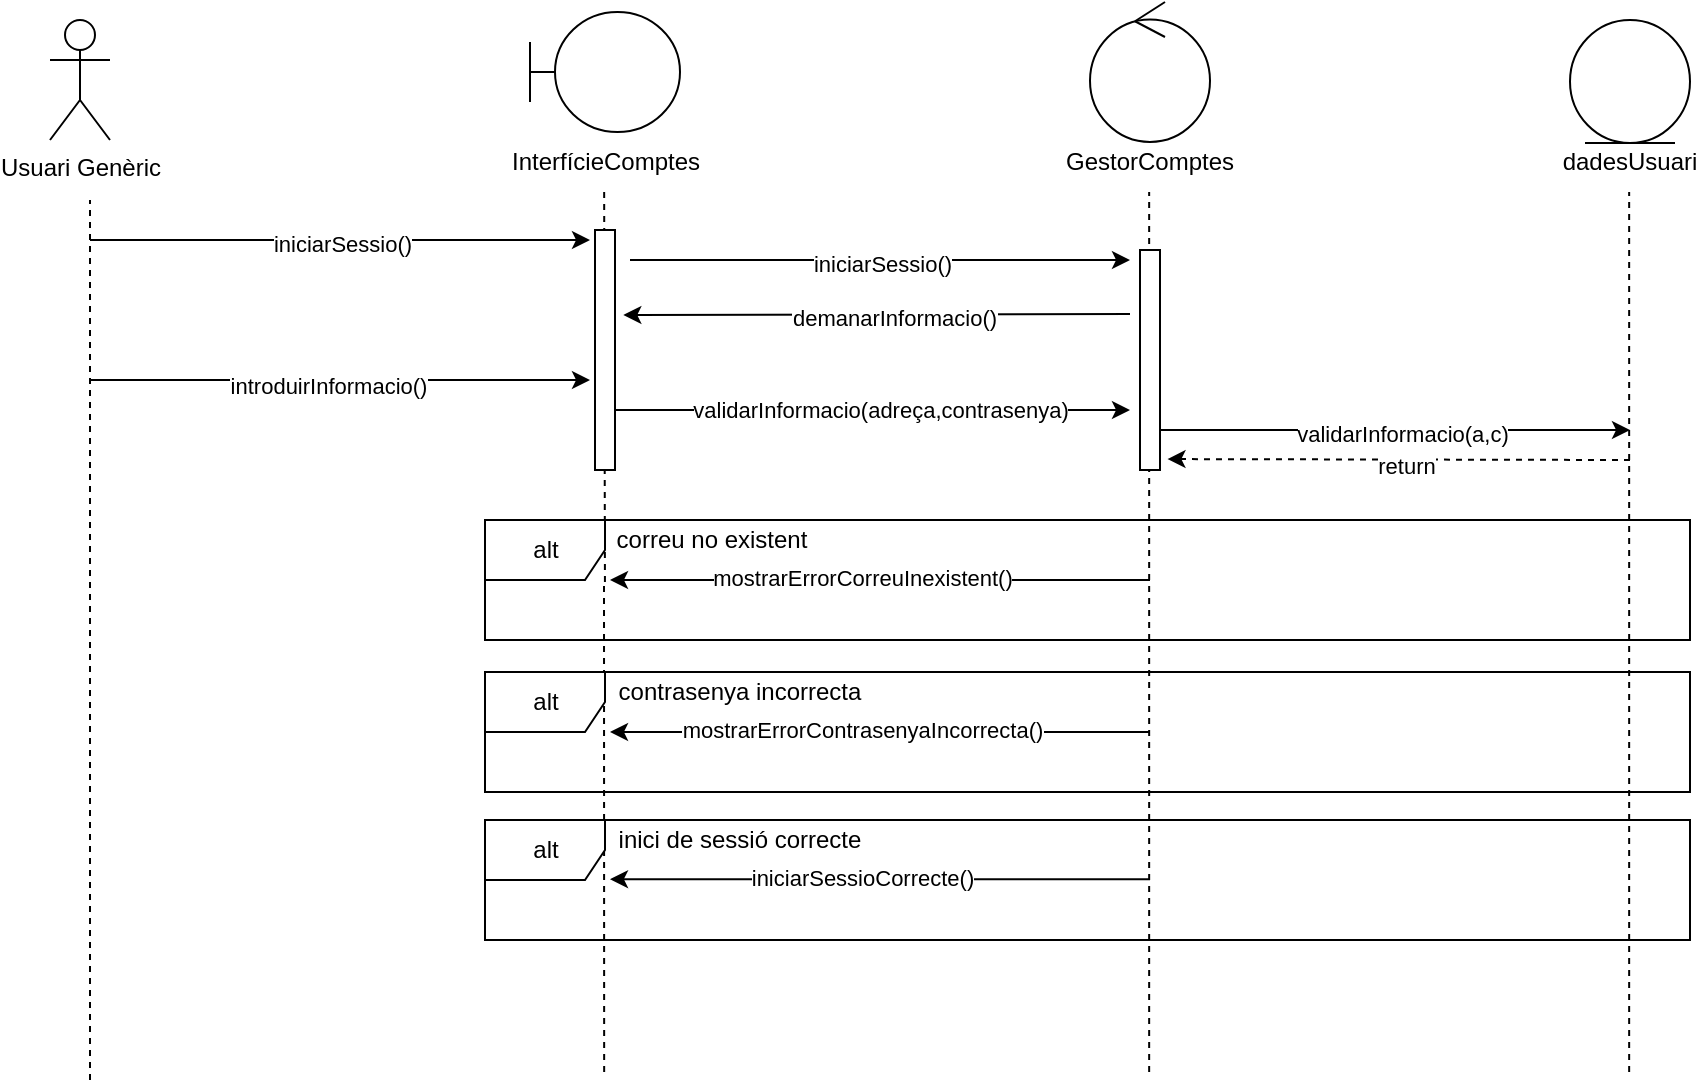
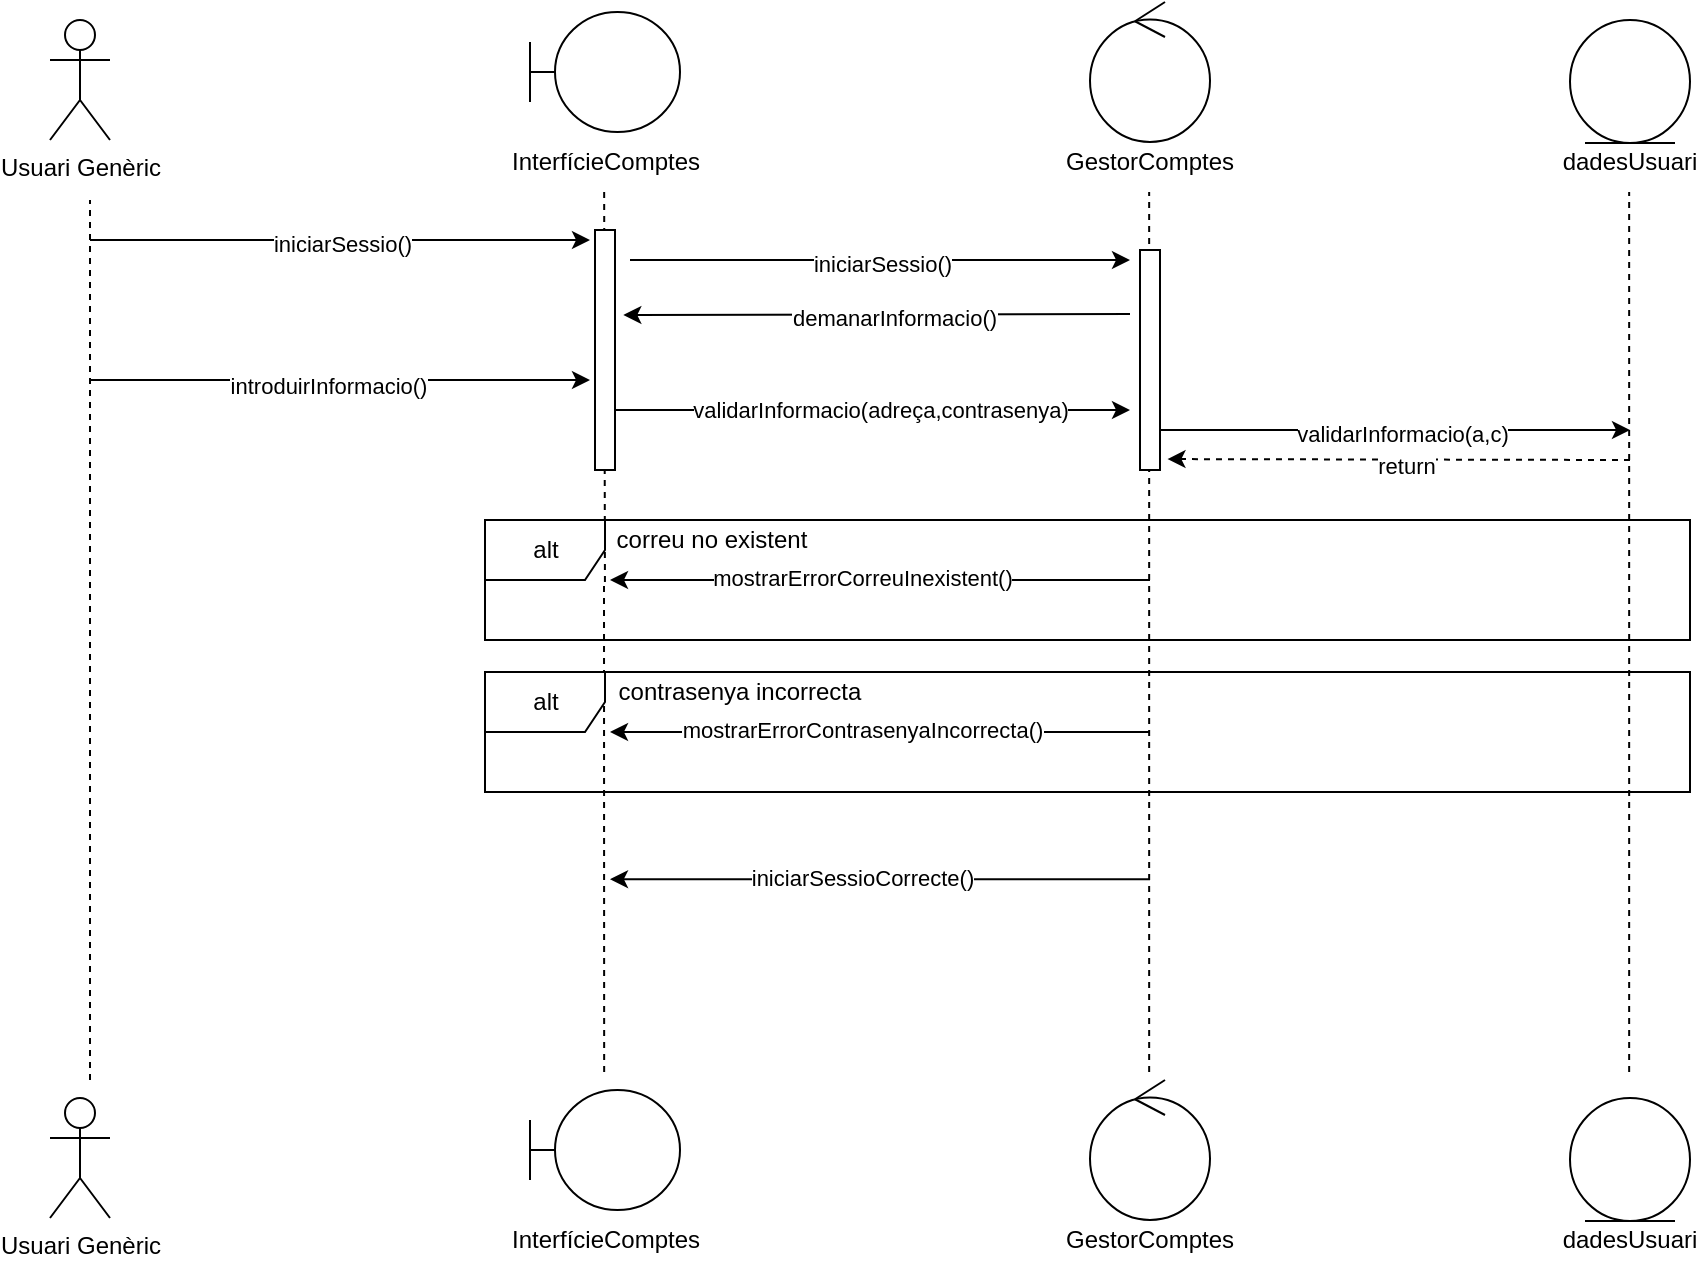
<mxfile host="Electron">
  <diagram name="Pàgina-1" id="qvVAie-Hl5Rr7k6o38sZ">
-     <mxGraphModel dx="1178" dy="735" grid="1" gridSize="10" guides="1" tooltips="1" connect="1" arrows="1" fold="1" page="1" pageScale="1" pageWidth="1169" pageHeight="827" math="0" shadow="0">
+     <mxGraphModel dx="1414" dy="882" grid="1" gridSize="10" guides="1" tooltips="1" connect="1" arrows="1" fold="1" page="1" pageScale="1" pageWidth="1169" pageHeight="827" math="0" shadow="0">
      <root>
        <mxCell id="0" />
        <mxCell id="1" parent="0" />
        <mxCell id="b8Wn0gmdy3Yzb2cbIPzx-2" parent="1" style="shape=umlActor;verticalLabelPosition=bottom;verticalAlign=top;html=1;outlineConnect=0;" value="Usuari Genèric" vertex="1">
-           <mxGeometry height="60" width="30" x="110" y="60" as="geometry" />
+           <mxGeometry height="60" width="30" x="170" y="106" as="geometry" />
        </mxCell>
        <mxCell id="b8Wn0gmdy3Yzb2cbIPzx-11" connectable="0" parent="1" style="group" value="" vertex="1">
-           <mxGeometry height="90" width="75" x="350" y="56" as="geometry" />
+           <mxGeometry height="90" width="75" x="410" y="102" as="geometry" />
        </mxCell>
        <mxCell id="b8Wn0gmdy3Yzb2cbIPzx-6" parent="b8Wn0gmdy3Yzb2cbIPzx-11" style="shape=umlBoundary;whiteSpace=wrap;html=1;" value="" vertex="1">
          <mxGeometry height="60" width="75" as="geometry" />
        </mxCell>
        <mxCell id="b8Wn0gmdy3Yzb2cbIPzx-9" parent="b8Wn0gmdy3Yzb2cbIPzx-11" style="text;html=1;whiteSpace=wrap;strokeColor=none;fillColor=none;align=center;verticalAlign=middle;rounded=0;" value="InterfícieComptes" vertex="1">
          <mxGeometry height="30" width="60" x="7.5" y="60" as="geometry" />
        </mxCell>
        <mxCell id="b8Wn0gmdy3Yzb2cbIPzx-14" connectable="0" parent="1" style="group" value="" vertex="1">
-           <mxGeometry height="95" width="60" x="630" y="51" as="geometry" />
+           <mxGeometry height="95" width="60" x="690" y="97" as="geometry" />
        </mxCell>
        <mxCell id="b8Wn0gmdy3Yzb2cbIPzx-12" parent="b8Wn0gmdy3Yzb2cbIPzx-14" style="ellipse;shape=umlControl;whiteSpace=wrap;html=1;" value="" vertex="1">
          <mxGeometry height="70" width="60" as="geometry" />
        </mxCell>
        <mxCell id="b8Wn0gmdy3Yzb2cbIPzx-13" parent="b8Wn0gmdy3Yzb2cbIPzx-14" style="text;html=1;whiteSpace=wrap;strokeColor=none;fillColor=none;align=center;verticalAlign=middle;rounded=0;" value="GestorComptes" vertex="1">
          <mxGeometry height="30" width="60" y="65" as="geometry" />
        </mxCell>
        <mxCell id="b8Wn0gmdy3Yzb2cbIPzx-15" edge="1" parent="1" style="endArrow=none;dashed=1;html=1;rounded=0;" value="">
          <mxGeometry height="50" relative="1" width="50" as="geometry">
-             <mxPoint x="130" y="590" as="sourcePoint" />
-             <mxPoint x="130" y="150" as="targetPoint" />
+             <mxPoint x="190" y="636" as="sourcePoint" />
+             <mxPoint x="190" y="196" as="targetPoint" />
          </mxGeometry>
        </mxCell>
        <mxCell id="b8Wn0gmdy3Yzb2cbIPzx-16" edge="1" parent="1" style="endArrow=none;dashed=1;html=1;rounded=0;" value="">
          <mxGeometry height="50" relative="1" width="50" as="geometry">
-             <mxPoint x="387.46769230769223" y="341" as="sourcePoint" />
-             <mxPoint x="387.08000000000004" y="146" as="targetPoint" />
+             <mxPoint x="447.46769230769223" y="387" as="sourcePoint" />
+             <mxPoint x="447.08000000000004" y="192" as="targetPoint" />
          </mxGeometry>
        </mxCell>
        <mxCell id="b8Wn0gmdy3Yzb2cbIPzx-17" edge="1" parent="1" style="endArrow=none;dashed=1;html=1;rounded=0;" value="">
          <mxGeometry height="50" relative="1" width="50" as="geometry">
-             <mxPoint x="659.58" y="586" as="sourcePoint" />
-             <mxPoint x="659.58" y="146" as="targetPoint" />
+             <mxPoint x="719.58" y="632" as="sourcePoint" />
+             <mxPoint x="719.58" y="192" as="targetPoint" />
          </mxGeometry>
        </mxCell>
        <mxCell id="b8Wn0gmdy3Yzb2cbIPzx-41" edge="1" parent="1" style="endArrow=none;dashed=1;html=1;rounded=0;" value="">
          <mxGeometry height="50" relative="1" width="50" as="geometry">
-             <mxPoint x="387.08000000000004" y="586" as="sourcePoint" />
-             <mxPoint x="387" y="340" as="targetPoint" />
+             <mxPoint x="447.08000000000004" y="632" as="sourcePoint" />
+             <mxPoint x="447" y="386" as="targetPoint" />
          </mxGeometry>
        </mxCell>
        <mxCell id="b8Wn0gmdy3Yzb2cbIPzx-43" parent="1" style="shape=umlFrame;whiteSpace=wrap;html=1;pointerEvents=0;" value="alt" vertex="1">
-           <mxGeometry height="60" width="602.5" x="327.5" y="310" as="geometry" />
+           <mxGeometry height="60" width="602.5" x="387.5" y="356" as="geometry" />
        </mxCell>
        <mxCell id="b8Wn0gmdy3Yzb2cbIPzx-45" parent="1" style="text;html=1;whiteSpace=wrap;strokeColor=none;fillColor=none;align=center;verticalAlign=middle;rounded=0;" value="correu no existent" vertex="1">
-           <mxGeometry height="30" width="150" x="366" y="305" as="geometry" />
+           <mxGeometry height="30" width="150" x="426" y="351" as="geometry" />
        </mxCell>
        <mxCell id="b8Wn0gmdy3Yzb2cbIPzx-46" parent="1" style="text;html=1;whiteSpace=wrap;strokeColor=none;fillColor=none;align=center;verticalAlign=middle;rounded=0;" value="dadesUsuari" vertex="1">
-           <mxGeometry height="30" width="60" x="870" y="116" as="geometry" />
+           <mxGeometry height="30" width="60" x="930" y="162" as="geometry" />
        </mxCell>
        <mxCell id="b8Wn0gmdy3Yzb2cbIPzx-47" parent="1" style="ellipse;shape=umlEntity;whiteSpace=wrap;html=1;" value="" vertex="1">
-           <mxGeometry height="61.5" width="60" x="870" y="60" as="geometry" />
+           <mxGeometry height="61.5" width="60" x="930" y="106" as="geometry" />
        </mxCell>
        <mxCell id="b8Wn0gmdy3Yzb2cbIPzx-48" edge="1" parent="1" style="endArrow=none;dashed=1;html=1;rounded=0;" value="">
          <mxGeometry height="50" relative="1" width="50" as="geometry">
-             <mxPoint x="899.5799999999999" y="586" as="sourcePoint" />
-             <mxPoint x="899.5799999999999" y="146" as="targetPoint" />
+             <mxPoint x="959.5799999999999" y="632" as="sourcePoint" />
+             <mxPoint x="959.5799999999999" y="192" as="targetPoint" />
          </mxGeometry>
        </mxCell>
        <mxCell id="b8Wn0gmdy3Yzb2cbIPzx-68" edge="1" parent="1" style="endArrow=classic;html=1;rounded=0;" value="">
          <mxGeometry height="50" relative="1" width="50" as="geometry">
-             <mxPoint x="130" y="170" as="sourcePoint" />
-             <mxPoint x="380" y="170" as="targetPoint" />
+             <mxPoint x="190" y="216" as="sourcePoint" />
+             <mxPoint x="440" y="216" as="targetPoint" />
          </mxGeometry>
        </mxCell>
        <mxCell id="b8Wn0gmdy3Yzb2cbIPzx-70" connectable="0" parent="b8Wn0gmdy3Yzb2cbIPzx-68" style="edgeLabel;html=1;align=center;verticalAlign=middle;resizable=0;points=[];" value="iniciarSessio()" vertex="1">
          <mxGeometry relative="1" x="0.0093" y="-2" as="geometry">
            <mxPoint as="offset" />
          </mxGeometry>
        </mxCell>
        <mxCell id="b8Wn0gmdy3Yzb2cbIPzx-69" parent="1" style="rounded=0;whiteSpace=wrap;html=1;rotation=-90;" value="" vertex="1">
-           <mxGeometry height="10" width="120" x="327.5" y="220" as="geometry" />
+           <mxGeometry height="10" width="120" x="387.5" y="266" as="geometry" />
        </mxCell>
        <mxCell id="b8Wn0gmdy3Yzb2cbIPzx-71" edge="1" parent="1" style="endArrow=classic;html=1;rounded=0;" value="">
          <mxGeometry height="50" relative="1" width="50" as="geometry">
-             <mxPoint x="400" y="180" as="sourcePoint" />
-             <mxPoint x="650" y="180" as="targetPoint" />
+             <mxPoint x="460" y="226" as="sourcePoint" />
+             <mxPoint x="710" y="226" as="targetPoint" />
          </mxGeometry>
        </mxCell>
        <mxCell id="b8Wn0gmdy3Yzb2cbIPzx-72" connectable="0" parent="b8Wn0gmdy3Yzb2cbIPzx-71" style="edgeLabel;html=1;align=center;verticalAlign=middle;resizable=0;points=[];" value="iniciarSessio()" vertex="1">
          <mxGeometry relative="1" x="0.0093" y="-2" as="geometry">
            <mxPoint as="offset" />
          </mxGeometry>
        </mxCell>
        <mxCell id="b8Wn0gmdy3Yzb2cbIPzx-73" parent="1" style="rounded=0;whiteSpace=wrap;html=1;rotation=-90;" value="" vertex="1">
-           <mxGeometry height="10" width="110" x="605" y="225" as="geometry" />
+           <mxGeometry height="10" width="110" x="665" y="271" as="geometry" />
        </mxCell>
        <mxCell id="b8Wn0gmdy3Yzb2cbIPzx-74" edge="1" parent="1" style="endArrow=classic;html=1;rounded=0;entryX=0.646;entryY=1.416;entryDx=0;entryDy=0;entryPerimeter=0;" target="b8Wn0gmdy3Yzb2cbIPzx-69" value="">
          <mxGeometry height="50" relative="1" width="50" as="geometry">
-             <mxPoint x="650" y="207" as="sourcePoint" />
-             <mxPoint x="610" y="390" as="targetPoint" />
+             <mxPoint x="710" y="253" as="sourcePoint" />
+             <mxPoint x="670" y="436" as="targetPoint" />
          </mxGeometry>
        </mxCell>
        <mxCell id="b8Wn0gmdy3Yzb2cbIPzx-75" connectable="0" parent="b8Wn0gmdy3Yzb2cbIPzx-74" style="edgeLabel;html=1;align=center;verticalAlign=middle;resizable=0;points=[];" value="demanarInformacio()" vertex="1">
          <mxGeometry relative="1" x="-0.0684" y="2" as="geometry">
            <mxPoint as="offset" />
          </mxGeometry>
        </mxCell>
        <mxCell id="b8Wn0gmdy3Yzb2cbIPzx-76" edge="1" parent="1" style="endArrow=classic;html=1;rounded=0;" value="">
          <mxGeometry height="50" relative="1" width="50" as="geometry">
-             <mxPoint x="130" y="240" as="sourcePoint" />
-             <mxPoint x="380" y="240" as="targetPoint" />
+             <mxPoint x="190" y="286" as="sourcePoint" />
+             <mxPoint x="440" y="286" as="targetPoint" />
          </mxGeometry>
        </mxCell>
        <mxCell id="b8Wn0gmdy3Yzb2cbIPzx-77" connectable="0" parent="b8Wn0gmdy3Yzb2cbIPzx-76" style="edgeLabel;html=1;align=center;verticalAlign=middle;resizable=0;points=[];" value="introduirInformacio()" vertex="1">
          <mxGeometry relative="1" x="-0.0507" y="-3" as="geometry">
            <mxPoint as="offset" />
          </mxGeometry>
        </mxCell>
        <mxCell id="b8Wn0gmdy3Yzb2cbIPzx-78" edge="1" parent="1" source="b8Wn0gmdy3Yzb2cbIPzx-69" style="endArrow=classic;html=1;rounded=0;exitX=0.25;exitY=1;exitDx=0;exitDy=0;" value="">
          <mxGeometry height="50" relative="1" width="50" as="geometry">
-             <mxPoint x="447.5" y="290" as="sourcePoint" />
-             <mxPoint x="650" y="255" as="targetPoint" />
+             <mxPoint x="507.5" y="336" as="sourcePoint" />
+             <mxPoint x="710" y="301" as="targetPoint" />
          </mxGeometry>
        </mxCell>
        <mxCell id="b8Wn0gmdy3Yzb2cbIPzx-79" connectable="0" parent="b8Wn0gmdy3Yzb2cbIPzx-78" style="edgeLabel;html=1;align=center;verticalAlign=middle;resizable=0;points=[];" value="validarInformacio(adreça,contrasenya)" vertex="1">
          <mxGeometry relative="1" x="0.0252" as="geometry">
            <mxPoint as="offset" />
          </mxGeometry>
        </mxCell>
        <mxCell id="b8Wn0gmdy3Yzb2cbIPzx-82" edge="1" parent="1" style="endArrow=classic;html=1;rounded=0;" value="">
          <mxGeometry height="50" relative="1" width="50" as="geometry">
-             <mxPoint x="665" y="265" as="sourcePoint" />
-             <mxPoint x="900" y="265" as="targetPoint" />
+             <mxPoint x="725" y="311" as="sourcePoint" />
+             <mxPoint x="960" y="311" as="targetPoint" />
          </mxGeometry>
        </mxCell>
        <mxCell id="b8Wn0gmdy3Yzb2cbIPzx-83" connectable="0" parent="b8Wn0gmdy3Yzb2cbIPzx-82" style="edgeLabel;html=1;align=center;verticalAlign=middle;resizable=0;points=[];" value="validarInformacio(a,c)" vertex="1">
          <mxGeometry relative="1" x="0.0241" y="-2" as="geometry">
            <mxPoint as="offset" />
          </mxGeometry>
        </mxCell>
        <mxCell id="b8Wn0gmdy3Yzb2cbIPzx-84" edge="1" parent="1" style="endArrow=classic;html=1;rounded=0;dashed=1;entryX=0.077;entryY=1.374;entryDx=0;entryDy=0;entryPerimeter=0;" value="">
          <mxGeometry height="50" relative="1" width="50" as="geometry">
-             <mxPoint x="900" y="280" as="sourcePoint" />
-             <mxPoint x="668.7399999999998" y="279.52999999999986" as="targetPoint" />
+             <mxPoint x="960" y="326" as="sourcePoint" />
+             <mxPoint x="728.7399999999998" y="325.52999999999986" as="targetPoint" />
          </mxGeometry>
        </mxCell>
        <mxCell id="b8Wn0gmdy3Yzb2cbIPzx-85" connectable="0" parent="b8Wn0gmdy3Yzb2cbIPzx-84" style="edgeLabel;html=1;align=center;verticalAlign=middle;resizable=0;points=[];" value="return" vertex="1">
          <mxGeometry relative="1" x="-0.03" y="3" as="geometry">
            <mxPoint as="offset" />
          </mxGeometry>
        </mxCell>
        <mxCell id="b8Wn0gmdy3Yzb2cbIPzx-86" edge="1" parent="1" style="endArrow=classic;html=1;rounded=0;" value="">
          <mxGeometry height="50" relative="1" width="50" as="geometry">
-             <mxPoint x="660" y="340" as="sourcePoint" />
-             <mxPoint x="390" y="340" as="targetPoint" />
+             <mxPoint x="720" y="386" as="sourcePoint" />
+             <mxPoint x="450" y="386" as="targetPoint" />
          </mxGeometry>
        </mxCell>
        <mxCell id="b8Wn0gmdy3Yzb2cbIPzx-87" connectable="0" parent="b8Wn0gmdy3Yzb2cbIPzx-86" style="edgeLabel;html=1;align=center;verticalAlign=middle;resizable=0;points=[];" value="mostrarErrorCorreuInexistent()" vertex="1">
          <mxGeometry relative="1" x="0.0716" y="-1" as="geometry">
            <mxPoint as="offset" />
          </mxGeometry>
        </mxCell>
        <mxCell id="b8Wn0gmdy3Yzb2cbIPzx-88" edge="1" parent="1" style="endArrow=classic;html=1;rounded=0;" value="">
          <mxGeometry height="50" relative="1" width="50" as="geometry">
-             <mxPoint x="660" y="416" as="sourcePoint" />
-             <mxPoint x="390" y="416" as="targetPoint" />
+             <mxPoint x="720" y="462" as="sourcePoint" />
+             <mxPoint x="450" y="462" as="targetPoint" />
          </mxGeometry>
        </mxCell>
        <mxCell id="b8Wn0gmdy3Yzb2cbIPzx-89" connectable="0" parent="b8Wn0gmdy3Yzb2cbIPzx-88" style="edgeLabel;html=1;align=center;verticalAlign=middle;resizable=0;points=[];" value="mostrarErrorContrasenyaIncorrecta()" vertex="1">
          <mxGeometry relative="1" x="0.0716" y="-1" as="geometry">
            <mxPoint as="offset" />
          </mxGeometry>
        </mxCell>
        <mxCell id="b8Wn0gmdy3Yzb2cbIPzx-90" parent="1" style="text;html=1;whiteSpace=wrap;strokeColor=none;fillColor=none;align=center;verticalAlign=middle;rounded=0;" value="contrasenya incorrecta" vertex="1">
-           <mxGeometry height="30" width="150" x="380" y="381" as="geometry" />
+           <mxGeometry height="30" width="150" x="440" y="427" as="geometry" />
        </mxCell>
        <mxCell id="b8Wn0gmdy3Yzb2cbIPzx-91" parent="1" style="shape=umlFrame;whiteSpace=wrap;html=1;pointerEvents=0;" value="alt" vertex="1">
-           <mxGeometry height="60" width="602.5" x="327.5" y="386" as="geometry" />
-         </mxCell>
-         <mxCell id="b8Wn0gmdy3Yzb2cbIPzx-92" parent="1" style="shape=umlFrame;whiteSpace=wrap;html=1;pointerEvents=0;" value="alt" vertex="1">
-           <mxGeometry height="60" width="602.5" x="327.5" y="460" as="geometry" />
-         </mxCell>
-         <mxCell id="b8Wn0gmdy3Yzb2cbIPzx-93" parent="1" style="text;html=1;whiteSpace=wrap;strokeColor=none;fillColor=none;align=center;verticalAlign=middle;rounded=0;" value="inici de sessió correcte" vertex="1">
-           <mxGeometry height="30" width="150" x="380" y="455" as="geometry" />
+           <mxGeometry height="60" width="602.5" x="387.5" y="432" as="geometry" />
        </mxCell>
        <mxCell id="b8Wn0gmdy3Yzb2cbIPzx-94" edge="1" parent="1" style="endArrow=classic;html=1;rounded=0;" value="">
          <mxGeometry height="50" relative="1" width="50" as="geometry">
-             <mxPoint x="660" y="489.58" as="sourcePoint" />
-             <mxPoint x="390" y="489.58" as="targetPoint" />
+             <mxPoint x="720" y="535.5799999999999" as="sourcePoint" />
+             <mxPoint x="450" y="535.5799999999999" as="targetPoint" />
          </mxGeometry>
        </mxCell>
        <mxCell id="b8Wn0gmdy3Yzb2cbIPzx-95" connectable="0" parent="b8Wn0gmdy3Yzb2cbIPzx-94" style="edgeLabel;html=1;align=center;verticalAlign=middle;resizable=0;points=[];" value="iniciarSessioCorrecte()" vertex="1">
          <mxGeometry relative="1" x="0.0716" y="-1" as="geometry">
            <mxPoint as="offset" />
          </mxGeometry>
+         </mxCell>
+         <mxCell id="F4mJi_D51qyH1K7UP69m-1" parent="1" style="shape=umlActor;verticalLabelPosition=bottom;verticalAlign=top;html=1;outlineConnect=0;" value="Usuari Genèric" vertex="1">
+           <mxGeometry height="60" width="30" x="170" y="645" as="geometry" />
+         </mxCell>
+         <mxCell id="F4mJi_D51qyH1K7UP69m-2" connectable="0" parent="1" style="group" value="" vertex="1">
+           <mxGeometry height="90" width="75" x="410" y="641" as="geometry" />
+         </mxCell>
+         <mxCell id="F4mJi_D51qyH1K7UP69m-3" parent="F4mJi_D51qyH1K7UP69m-2" style="shape=umlBoundary;whiteSpace=wrap;html=1;" value="" vertex="1">
+           <mxGeometry height="60" width="75" as="geometry" />
+         </mxCell>
+         <mxCell id="F4mJi_D51qyH1K7UP69m-4" parent="F4mJi_D51qyH1K7UP69m-2" style="text;html=1;whiteSpace=wrap;strokeColor=none;fillColor=none;align=center;verticalAlign=middle;rounded=0;" value="InterfícieComptes" vertex="1">
+           <mxGeometry height="30" width="60" x="7.5" y="60" as="geometry" />
+         </mxCell>
+         <mxCell id="F4mJi_D51qyH1K7UP69m-5" connectable="0" parent="1" style="group" value="" vertex="1">
+           <mxGeometry height="95" width="60" x="690" y="636" as="geometry" />
+         </mxCell>
+         <mxCell id="F4mJi_D51qyH1K7UP69m-6" parent="F4mJi_D51qyH1K7UP69m-5" style="ellipse;shape=umlControl;whiteSpace=wrap;html=1;" value="" vertex="1">
+           <mxGeometry height="70" width="60" as="geometry" />
+         </mxCell>
+         <mxCell id="F4mJi_D51qyH1K7UP69m-7" parent="F4mJi_D51qyH1K7UP69m-5" style="text;html=1;whiteSpace=wrap;strokeColor=none;fillColor=none;align=center;verticalAlign=middle;rounded=0;" value="GestorComptes" vertex="1">
+           <mxGeometry height="30" width="60" y="65" as="geometry" />
+         </mxCell>
+         <mxCell id="F4mJi_D51qyH1K7UP69m-8" parent="1" style="text;html=1;whiteSpace=wrap;strokeColor=none;fillColor=none;align=center;verticalAlign=middle;rounded=0;" value="dadesUsuari" vertex="1">
+           <mxGeometry height="30" width="60" x="930" y="701" as="geometry" />
+         </mxCell>
+         <mxCell id="F4mJi_D51qyH1K7UP69m-9" parent="1" style="ellipse;shape=umlEntity;whiteSpace=wrap;html=1;" value="" vertex="1">
+           <mxGeometry height="61.5" width="60" x="930" y="645" as="geometry" />
        </mxCell>
      </root>
    </mxGraphModel>
  </diagram>
</mxfile>
